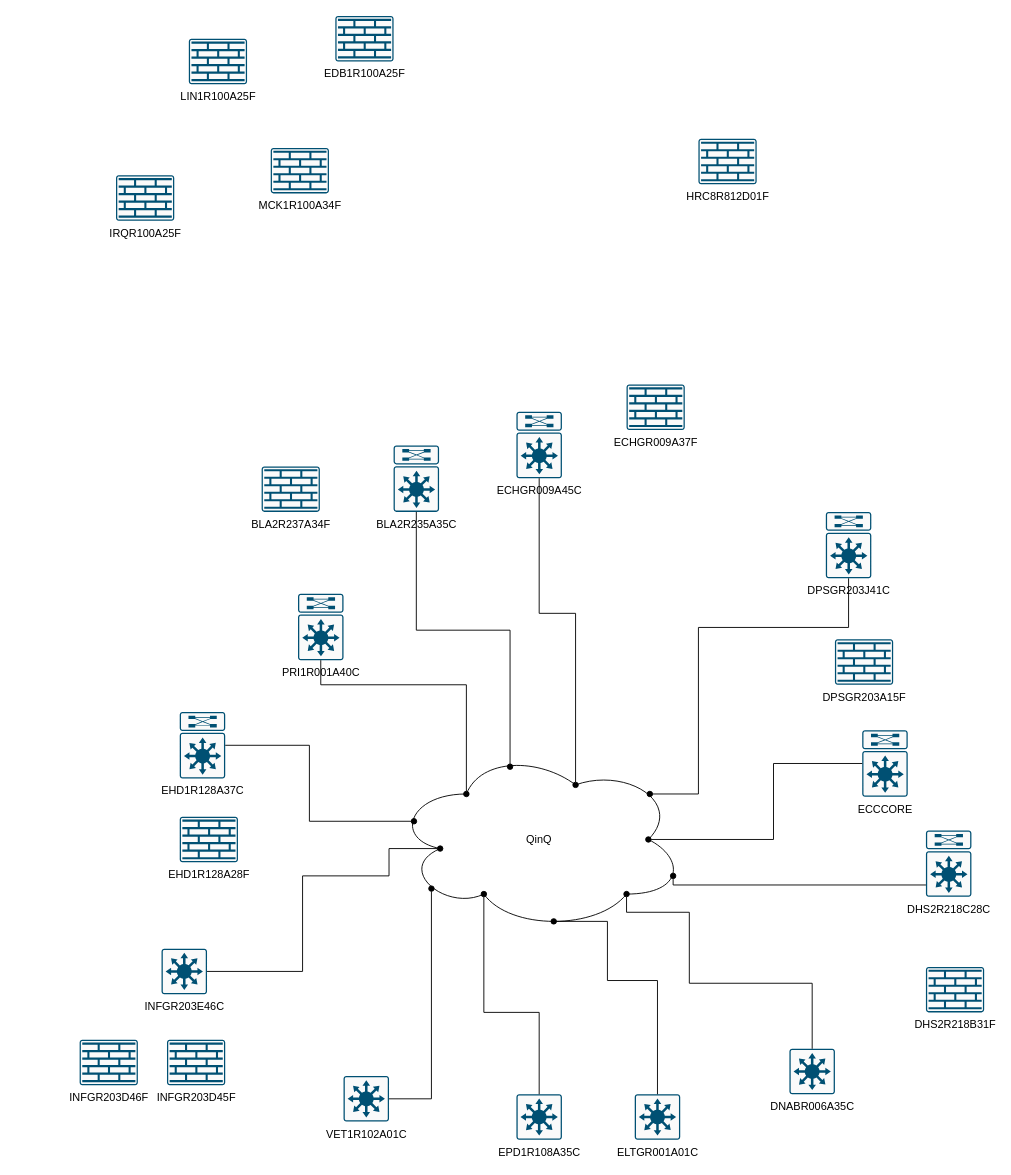
This is Untitled Diagram.drawio from casssater/Casssater-page, a draw.io file, before an edit. Source tidied: cells renumbered, new cells numbered last; positions are measured from the earlier drawing's top-left corner, leaving out a move shared by most shapes. Both pictures are drawn from the tidied source at 91%, with x=0, y=0 at pixel (79, 15).
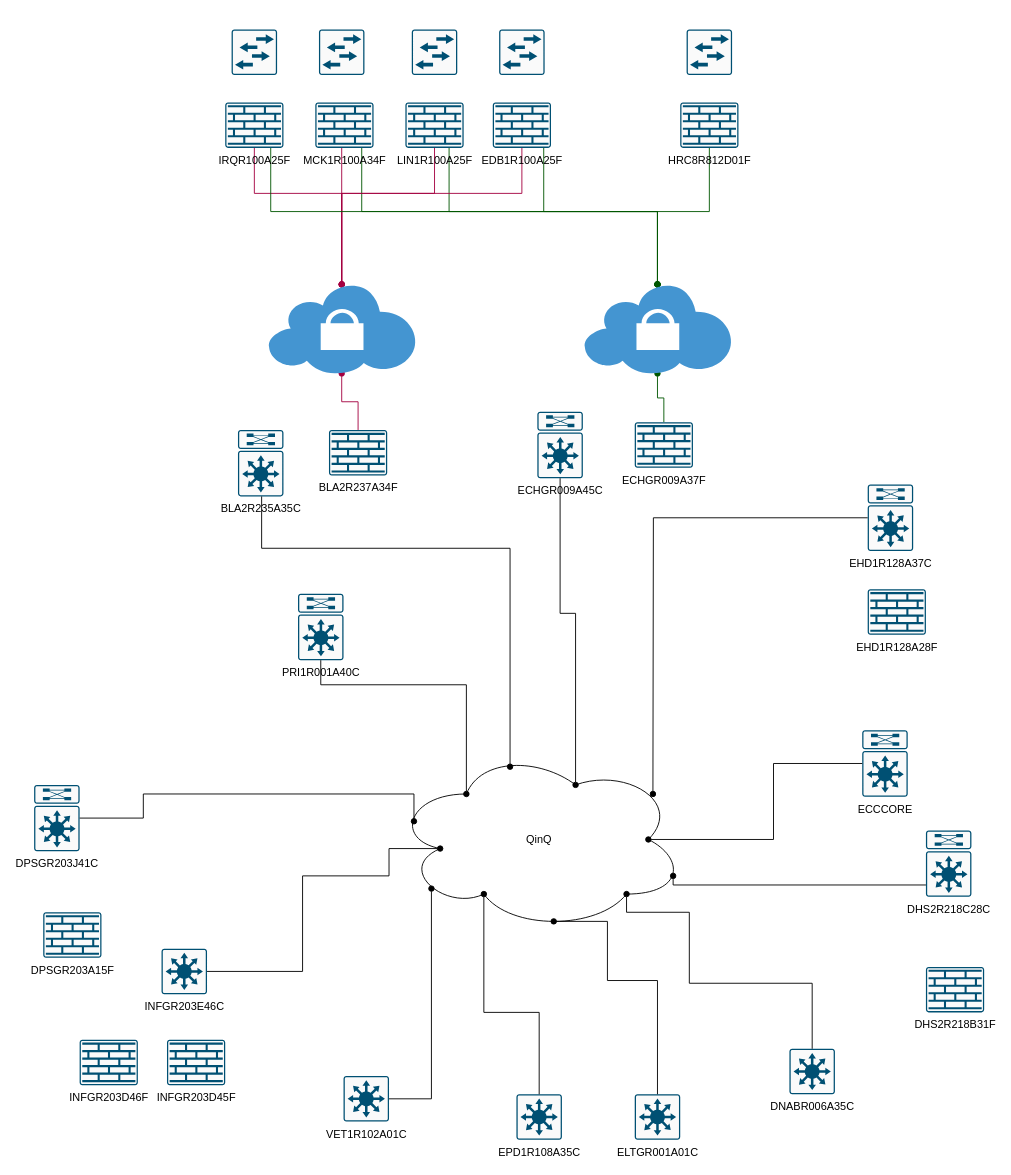
The same page after the edit.

Unchanged cells that the change refers to:
```xml
<mxCell id="14" value="QinQ" style="ellipse;shape=cloud;whiteSpace=wrap;html=1;" parent="1" vertex="1">
  <mxGeometry x="345" y="805" width="320" height="200" as="geometry" />
</mxCell>
```

The edit, as a diff of the source:
```diff
@@
     <mxCell id="2" value="BLA2R235A35C" style="sketch=0;points=[[0.015,0.015,0],[0.985,0.015,0],[0.985,0.985,0],[0.015,0.985,0],[0.25,0,0],[0.5,0,0],[0.75,0,0],[1,0.25,0],[1,0.5,0],[1,0.75,0],[0.75,1,0],[0.5,1,0],[0.25,1,0],[0,0.75,0],[0,0.5,0],[0,0.25,0]];verticalLabelPosition=bottom;html=1;verticalAlign=top;align=center;shape=mxgraph.cisco19.rect;prIcon=l3_modular;fillColor=#FAFAFA;strokeColor=#005073;" parent="1" vertex="1">
-      <mxGeometry x="345" y="472" width="50" height="73" as="geometry" />
+      <mxGeometry x="174" y="455" width="50" height="73" as="geometry" />
     </mxCell>
@@
     <mxCell id="4" value="DPSGR203J41C" style="sketch=0;points=[[0.015,0.015,0],[0.985,0.015,0],[0.985,0.985,0],[0.015,0.985,0],[0.25,0,0],[0.5,0,0],[0.75,0,0],[1,0.25,0],[1,0.5,0],[1,0.75,0],[0.75,1,0],[0.5,1,0],[0.25,1,0],[0,0.75,0],[0,0.5,0],[0,0.25,0]];verticalLabelPosition=bottom;html=1;verticalAlign=top;align=center;shape=mxgraph.cisco19.rect;prIcon=l3_modular;fillColor=#FAFAFA;strokeColor=#005073;" parent="1" vertex="1">
-      <mxGeometry x="820" y="545" width="50" height="73" as="geometry" />
+      <mxGeometry x="-50" y="845" width="50" height="73" as="geometry" />
     </mxCell>
@@
     <mxCell id="6" value="ECHGR009A45C" style="sketch=0;points=[[0.015,0.015,0],[0.985,0.015,0],[0.985,0.985,0],[0.015,0.985,0],[0.25,0,0],[0.5,0,0],[0.75,0,0],[1,0.25,0],[1,0.5,0],[1,0.75,0],[0.75,1,0],[0.5,1,0],[0.25,1,0],[0,0.75,0],[0,0.5,0],[0,0.25,0]];verticalLabelPosition=bottom;html=1;verticalAlign=top;align=center;shape=mxgraph.cisco19.rect;prIcon=l3_modular;fillColor=#FAFAFA;strokeColor=#005073;" parent="1" vertex="1">
-      <mxGeometry x="480" y="435" width="50" height="73" as="geometry" />
+      <mxGeometry x="503" y="435" width="50" height="73" as="geometry" />
     </mxCell>
     <mxCell id="7" value="EHD1R128A37C" style="sketch=0;points=[[0.015,0.015,0],[0.985,0.015,0],[0.985,0.985,0],[0.015,0.985,0],[0.25,0,0],[0.5,0,0],[0.75,0,0],[1,0.25,0],[1,0.5,0],[1,0.75,0],[0.75,1,0],[0.5,1,0],[0.25,1,0],[0,0.75,0],[0,0.5,0],[0,0.25,0]];verticalLabelPosition=bottom;html=1;verticalAlign=top;align=center;shape=mxgraph.cisco19.rect;prIcon=l3_modular;fillColor=#FAFAFA;strokeColor=#005073;" parent="1" vertex="1">
-      <mxGeometry x="110" y="765" width="50" height="73" as="geometry" />
+      <mxGeometry x="866" y="515" width="50" height="73" as="geometry" />
     </mxCell>
@@
     <mxCell id="15" style="edgeStyle=orthogonalEdgeStyle;rounded=0;jettySize=auto;html=1;entryX=0.4;entryY=0.1;entryDx=0;entryDy=0;entryPerimeter=0;endArrow=oval;endFill=1;" parent="1" edge="1" source="2" target="14">
-      <mxGeometry relative="1" as="geometry" />
+      <mxGeometry relative="1" as="geometry">
+        <Array as="points">
+          <mxPoint x="200" y="585" />
+          <mxPoint x="473" y="585" />
+        </Array>
+      </mxGeometry>
     </mxCell>
@@
-    <mxCell id="17" style="edgeStyle=orthogonalEdgeStyle;rounded=0;jettySize=auto;html=1;entryX=0.07;entryY=0.4;entryDx=0;entryDy=0;entryPerimeter=0;endArrow=oval;endFill=1;" parent="1" edge="1" source="7" target="14">
-      <mxGeometry relative="1" as="geometry" />
+    <mxCell id="17" style="edgeStyle=orthogonalEdgeStyle;rounded=0;jettySize=auto;html=1;endArrow=oval;endFill=1;" parent="1" edge="1" source="7">
+      <mxGeometry relative="1" as="geometry">
+        <mxPoint x="630" y="855" as="targetPoint" />
+      </mxGeometry>
     </mxCell>
@@
-    <mxCell id="25" style="edgeStyle=orthogonalEdgeStyle;rounded=0;jettySize=auto;html=1;entryX=0.88;entryY=0.25;entryDx=0;entryDy=0;entryPerimeter=0;endArrow=oval;endFill=1;" parent="1" edge="1" source="4" target="14">
+    <mxCell id="25" style="edgeStyle=orthogonalEdgeStyle;rounded=0;jettySize=auto;html=1;entryX=0.07;entryY=0.4;entryDx=0;entryDy=0;entryPerimeter=0;endArrow=oval;endFill=1;" parent="1" edge="1" source="4" target="14">
       <mxGeometry relative="1" as="geometry">
         <Array as="points">
-          <mxPoint x="680" y="672" />
-          <mxPoint x="680" y="855" />
+          <mxPoint x="70" y="882" />
+          <mxPoint x="70" y="855" />
+          <mxPoint x="367" y="855" />
         </Array>
       </mxGeometry>
     </mxCell>
@@
+    <mxCell id="39" style="edgeStyle=orthogonalEdgeStyle;rounded=0;jettySize=auto;html=1;exitX=0.5;exitY=0;exitDx=0;exitDy=0;exitPerimeter=0;fillColor=#d80073;strokeColor=#A50040;endArrow=oval;endFill=1;" parent="1" edge="1" source="27" target="50">
+      <mxGeometry relative="1" as="geometry" />
+    </mxCell>
     <mxCell id="27" value="BLA2R237A34F" style="sketch=0;points=[[0.015,0.015,0],[0.985,0.015,0],[0.985,0.985,0],[0.015,0.985,0],[0.25,0,0],[0.5,0,0],[0.75,0,0],[1,0.25,0],[1,0.5,0],[1,0.75,0],[0.75,1,0],[0.5,1,0],[0.25,1,0],[0,0.75,0],[0,0.5,0],[0,0.25,0]];verticalLabelPosition=bottom;html=1;verticalAlign=top;align=center;shape=mxgraph.cisco19.rect;prIcon=firewall;fillColor=#FAFAFA;strokeColor=#005073;" parent="1" vertex="1">
-      <mxGeometry x="200" y="495" width="64" height="50" as="geometry" />
+      <mxGeometry x="274" y="455" width="64" height="50" as="geometry" />
     </mxCell>
@@
     <mxCell id="29" value="DPSGR203A15F" style="sketch=0;verticalLabelPosition=bottom;html=1;verticalAlign=top;align=center;shape=mxgraph.cisco19.rect;prIcon=firewall;fillColor=#FAFAFA;strokeColor=#005073;" parent="1" vertex="1">
-      <mxGeometry x="830" y="685" width="64" height="50" as="geometry" />
+      <mxGeometry x="-40" y="985" width="64" height="50" as="geometry" />
     </mxCell>
+    <mxCell id="40" style="edgeStyle=orthogonalEdgeStyle;rounded=0;jettySize=auto;html=1;fontFamily=Helvetica;fontSize=12;fontColor=default;endArrow=oval;endFill=1;fillColor=#008a00;strokeColor=#005700;" parent="1" edge="1" source="30" target="51">
+      <mxGeometry relative="1" as="geometry" />
+    </mxCell>
     <mxCell id="30" value="ECHGR009A37F" style="sketch=0;points=[[0.015,0.015,0],[0.985,0.015,0],[0.985,0.985,0],[0.015,0.985,0],[0.25,0,0],[0.5,0,0],[0.75,0,0],[1,0.25,0],[1,0.5,0],[1,0.75,0],[0.75,1,0],[0.5,1,0],[0.25,1,0],[0,0.75,0],[0,0.5,0],[0,0.25,0]];verticalLabelPosition=bottom;html=1;verticalAlign=top;align=center;shape=mxgraph.cisco19.rect;prIcon=firewall;fillColor=#FAFAFA;strokeColor=#005073;" parent="1" vertex="1">
-      <mxGeometry x="601" y="405" width="64" height="50" as="geometry" />
+      <mxGeometry x="610" y="446.5" width="64" height="50" as="geometry" />
     </mxCell>
     <mxCell id="31" value="EHD1R128A28F" style="sketch=0;verticalLabelPosition=bottom;html=1;verticalAlign=top;align=center;shape=mxgraph.cisco19.rect;prIcon=firewall;fillColor=#FAFAFA;strokeColor=#005073;" parent="1" vertex="1">
-      <mxGeometry x="110" y="880" width="64" height="50" as="geometry" />
+      <mxGeometry x="866" y="630" width="64" height="50" as="geometry" />
     </mxCell>
+    <mxCell id="41" style="edgeStyle=orthogonalEdgeStyle;rounded=0;jettySize=auto;html=1;exitX=0.5;exitY=1;exitDx=0;exitDy=0;exitPerimeter=0;endArrow=oval;endFill=1;fillColor=#008a00;strokeColor=#005700;" parent="1" edge="1" source="32" target="51">
+      <mxGeometry relative="1" as="geometry">
+        <Array as="points">
+          <mxPoint x="692" y="215" />
+          <mxPoint x="635" y="215" />
+        </Array>
+      </mxGeometry>
+    </mxCell>
     <mxCell id="32" value="HRC8R812D01F" style="sketch=0;points=[[0.015,0.015,0],[0.985,0.015,0],[0.985,0.985,0],[0.015,0.985,0],[0.25,0,0],[0.5,0,0],[0.75,0,0],[1,0.25,0],[1,0.5,0],[1,0.75,0],[0.75,1,0],[0.5,1,0],[0.25,1,0],[0,0.75,0],[0,0.5,0],[0,0.25,0]];verticalLabelPosition=bottom;html=1;verticalAlign=top;align=center;shape=mxgraph.cisco19.rect;prIcon=firewall;fillColor=#FAFAFA;strokeColor=#005073;" parent="1" vertex="1">
-      <mxGeometry x="680" y="135" width="64" height="50" as="geometry" />
+      <mxGeometry x="660" y="95" width="64" height="50" as="geometry" />
     </mxCell>
@@
+    <mxCell id="42" style="edgeStyle=orthogonalEdgeStyle;rounded=0;jettySize=auto;html=1;endArrow=oval;endFill=1;fillColor=#d80073;strokeColor=#A50040;" parent="1" edge="1" source="34" target="50">
+      <mxGeometry relative="1" as="geometry">
+        <Array as="points">
+          <mxPoint x="390" y="195" />
+          <mxPoint x="288" y="195" />
+        </Array>
+      </mxGeometry>
+    </mxCell>
+    <mxCell id="43" style="edgeStyle=orthogonalEdgeStyle;rounded=0;jettySize=auto;html=1;exitX=0.75;exitY=1;exitDx=0;exitDy=0;exitPerimeter=0;endArrow=oval;endFill=1;fillColor=#008a00;strokeColor=#005700;" parent="1" edge="1" source="34" target="51">
+      <mxGeometry relative="1" as="geometry">
+        <Array as="points">
+          <mxPoint x="406" y="215" />
+          <mxPoint x="635" y="215" />
+        </Array>
+      </mxGeometry>
+    </mxCell>
     <mxCell id="34" value="LIN1R100A25F" style="sketch=0;points=[[0.015,0.015,0],[0.985,0.015,0],[0.985,0.985,0],[0.015,0.985,0],[0.25,0,0],[0.5,0,0],[0.75,0,0],[1,0.25,0],[1,0.5,0],[1,0.75,0],[0.75,1,0],[0.5,1,0],[0.25,1,0],[0,0.75,0],[0,0.5,0],[0,0.25,0]];verticalLabelPosition=bottom;html=1;verticalAlign=top;align=center;shape=mxgraph.cisco19.rect;prIcon=firewall;fillColor=#FAFAFA;strokeColor=#005073;" parent="1" vertex="1">
-      <mxGeometry x="120" y="25" width="64" height="50" as="geometry" />
+      <mxGeometry x="358" y="95" width="64" height="50" as="geometry" />
     </mxCell>
+    <mxCell id="44" style="edgeStyle=orthogonalEdgeStyle;rounded=0;jettySize=auto;html=1;endArrow=oval;endFill=1;fillColor=#d80073;strokeColor=#A50040;" parent="1" edge="1" source="35" target="50">
+      <mxGeometry relative="1" as="geometry">
+        <Array as="points">
+          <mxPoint x="288" y="205" />
+          <mxPoint x="288" y="205" />
+        </Array>
+      </mxGeometry>
+    </mxCell>
+    <mxCell id="45" style="edgeStyle=orthogonalEdgeStyle;rounded=0;jettySize=auto;html=1;endArrow=oval;endFill=1;fillColor=#008a00;strokeColor=#005700;" parent="1" edge="1" source="35" target="51">
+      <mxGeometry relative="1" as="geometry">
+        <Array as="points">
+          <mxPoint x="310" y="215" />
+          <mxPoint x="635" y="215" />
+        </Array>
+      </mxGeometry>
+    </mxCell>
     <mxCell id="35" value="MCK1R100A34F" style="sketch=0;points=[[0.015,0.015,0],[0.985,0.015,0],[0.985,0.985,0],[0.015,0.985,0],[0.25,0,0],[0.5,0,0],[0.75,0,0],[1,0.25,0],[1,0.5,0],[1,0.75,0],[0.75,1,0],[0.5,1,0],[0.25,1,0],[0,0.75,0],[0,0.5,0],[0,0.25,0]];verticalLabelPosition=bottom;html=1;verticalAlign=top;align=center;shape=mxgraph.cisco19.rect;prIcon=firewall;fillColor=#FAFAFA;strokeColor=#005073;" parent="1" vertex="1">
-      <mxGeometry x="210" y="145" width="64" height="50" as="geometry" />
+      <mxGeometry x="259" y="95" width="64" height="50" as="geometry" />
     </mxCell>
+    <mxCell id="46" style="edgeStyle=orthogonalEdgeStyle;rounded=0;jettySize=auto;html=1;endArrow=oval;endFill=1;fillColor=#d80073;strokeColor=#A50040;" parent="1" edge="1" source="36" target="50">
+      <mxGeometry relative="1" as="geometry">
+        <Array as="points">
+          <mxPoint x="486" y="195" />
+          <mxPoint x="288" y="195" />
+        </Array>
+      </mxGeometry>
+    </mxCell>
+    <mxCell id="47" style="edgeStyle=orthogonalEdgeStyle;rounded=0;jettySize=auto;html=1;endArrow=oval;endFill=1;fillColor=#008a00;strokeColor=#005700;" parent="1" edge="1" source="36" target="51">
+      <mxGeometry relative="1" as="geometry">
+        <Array as="points">
+          <mxPoint x="510" y="215" />
+          <mxPoint x="635" y="215" />
+        </Array>
+      </mxGeometry>
+    </mxCell>
     <mxCell id="36" value="EDB1R100A25F" style="sketch=0;points=[[0.015,0.015,0],[0.985,0.015,0],[0.985,0.985,0],[0.015,0.985,0],[0.25,0,0],[0.5,0,0],[0.75,0,0],[1,0.25,0],[1,0.5,0],[1,0.75,0],[0.75,1,0],[0.5,1,0],[0.25,1,0],[0,0.75,0],[0,0.5,0],[0,0.25,0]];verticalLabelPosition=bottom;html=1;verticalAlign=top;align=center;shape=mxgraph.cisco19.rect;prIcon=firewall;fillColor=#FAFAFA;strokeColor=#005073;" parent="1" vertex="1">
-      <mxGeometry x="281" width="64" height="50" as="geometry" />
+      <mxGeometry x="454" y="95" width="64" height="50" as="geometry" />
     </mxCell>
+    <mxCell id="48" style="edgeStyle=orthogonalEdgeStyle;rounded=0;jettySize=auto;html=1;endArrow=oval;endFill=1;fillColor=#d80073;strokeColor=#A50040;" parent="1" edge="1" source="37" target="50">
+      <mxGeometry relative="1" as="geometry">
+        <Array as="points">
+          <mxPoint x="192" y="195" />
+          <mxPoint x="288" y="195" />
+        </Array>
+      </mxGeometry>
+    </mxCell>
+    <mxCell id="49" style="edgeStyle=orthogonalEdgeStyle;rounded=0;jettySize=auto;html=1;endArrow=oval;endFill=1;fillColor=#008a00;strokeColor=#005700;" parent="1" edge="1" source="37" target="51">
+      <mxGeometry relative="1" as="geometry">
+        <Array as="points">
+          <mxPoint x="210" y="215" />
+          <mxPoint x="635" y="215" />
+        </Array>
+      </mxGeometry>
+    </mxCell>
     <mxCell id="37" value="IRQR100A25F" style="sketch=0;points=[[0.015,0.015,0],[0.985,0.015,0],[0.985,0.985,0],[0.015,0.985,0],[0.25,0,0],[0.5,0,0],[0.75,0,0],[1,0.25,0],[1,0.5,0],[1,0.75,0],[0.75,1,0],[0.5,1,0],[0.25,1,0],[0,0.75,0],[0,0.5,0],[0,0.25,0]];verticalLabelPosition=bottom;html=1;verticalAlign=top;align=center;shape=mxgraph.cisco19.rect;prIcon=firewall;fillColor=#FAFAFA;strokeColor=#005073;" parent="1" vertex="1">
-      <mxGeometry x="40" y="175" width="64" height="50" as="geometry" />
+      <mxGeometry x="160" y="95" width="64" height="50" as="geometry" />
     </mxCell>
@@
+    <mxCell id="50" style="shadow=0;dashed=0;html=1;strokeColor=none;fillColor=#4495D1;labelPosition=center;verticalLabelPosition=bottom;verticalAlign=top;align=center;outlineConnect=0;shape=mxgraph.veeam.vpn;" parent="1" vertex="1">
+      <mxGeometry x="206" y="295" width="164" height="98" as="geometry" />
+    </mxCell>
+    <mxCell id="51" style="shadow=0;dashed=0;html=1;strokeColor=none;fillColor=#4495D1;labelPosition=center;verticalLabelPosition=bottom;verticalAlign=top;align=center;outlineConnect=0;shape=mxgraph.veeam.vpn;" parent="1" vertex="1">
+      <mxGeometry x="553" y="295" width="164" height="98" as="geometry" />
+    </mxCell>
+    <mxCell id="52" style="sketch=0;verticalLabelPosition=bottom;html=1;verticalAlign=top;align=center;shape=mxgraph.cisco19.rect;prIcon=l2_switch;fillColor=#FAFAFA;strokeColor=#005073;fontFamily=Helvetica;fontSize=12;fontColor=default;" parent="1" vertex="1">
+      <mxGeometry x="167" y="15" width="50" height="50" as="geometry" />
+    </mxCell>
+    <mxCell id="53" style="sketch=0;verticalLabelPosition=bottom;html=1;verticalAlign=top;align=center;shape=mxgraph.cisco19.rect;prIcon=l2_switch;fillColor=#FAFAFA;strokeColor=#005073;fontFamily=Helvetica;fontSize=12;fontColor=default;" parent="1" vertex="1">
+      <mxGeometry x="263" y="15" width="50" height="50" as="geometry" />
+    </mxCell>
+    <mxCell id="54" style="sketch=0;verticalLabelPosition=bottom;html=1;verticalAlign=top;align=center;shape=mxgraph.cisco19.rect;prIcon=l2_switch;fillColor=#FAFAFA;strokeColor=#005073;fontFamily=Helvetica;fontSize=12;fontColor=default;" parent="1" vertex="1">
+      <mxGeometry x="365" y="15" width="50" height="50" as="geometry" />
+    </mxCell>
+    <mxCell id="55" style="sketch=0;verticalLabelPosition=bottom;html=1;verticalAlign=top;align=center;shape=mxgraph.cisco19.rect;prIcon=l2_switch;fillColor=#FAFAFA;strokeColor=#005073;fontFamily=Helvetica;fontSize=12;fontColor=default;" parent="1" vertex="1">
+      <mxGeometry x="461" y="15" width="50" height="50" as="geometry" />
+    </mxCell>
+    <mxCell id="56" style="sketch=0;verticalLabelPosition=bottom;html=1;verticalAlign=top;align=center;shape=mxgraph.cisco19.rect;prIcon=l2_switch;fillColor=#FAFAFA;strokeColor=#005073;fontFamily=Helvetica;fontSize=12;fontColor=default;" parent="1" vertex="1">
+      <mxGeometry x="667" y="15" width="50" height="50" as="geometry" />
+    </mxCell>
```
